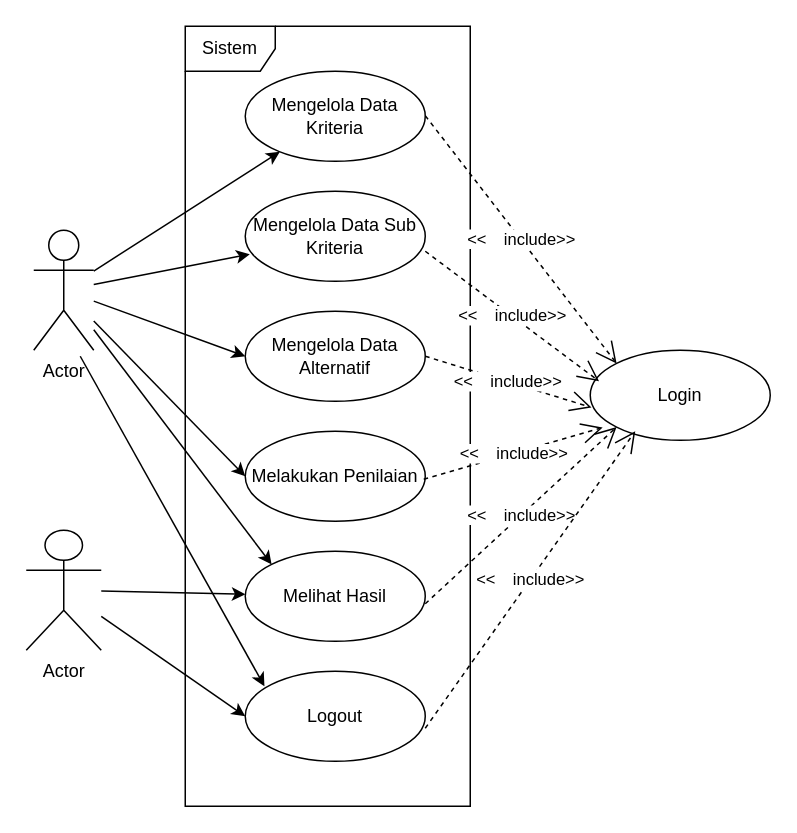
This is page "USE CASE" (1 of 11) of Topsis.drawio from ArtEnginer/UML-DIAGRAM, a draw.io file, before an edit. Source tidied: cells renumbered, new cells numbered last; positions are measured from the earlier drawing's top-left corner, leaving out a move shared by most shapes. Both pictures are drawn from the tidied source at 150%, with x=0, y=0 at pixel (26, 26).
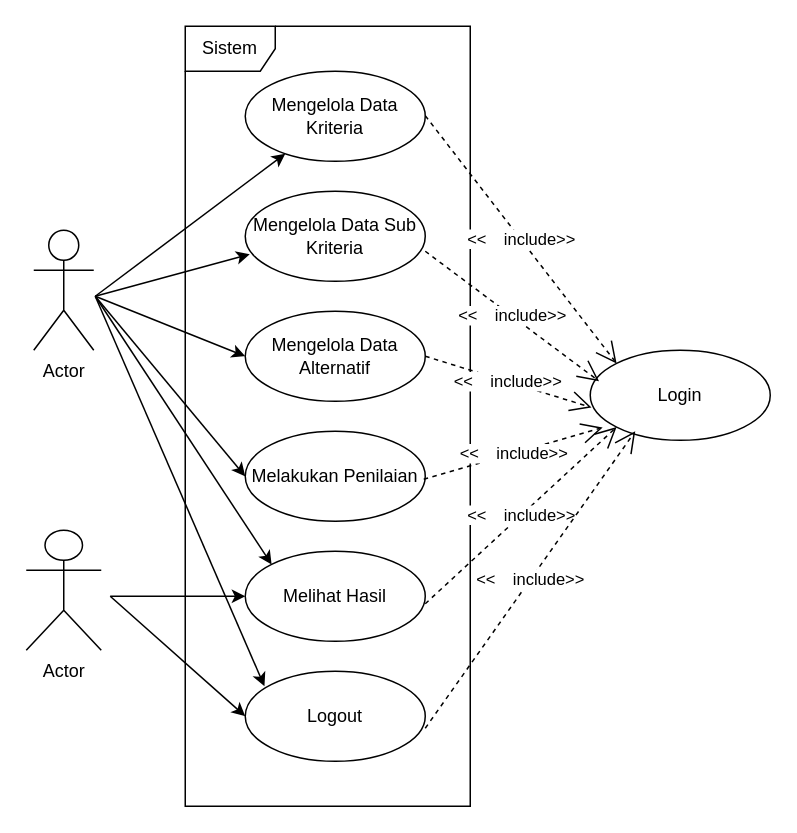
The same diagram, later.

The change refers to these unchanged cells:
```xml
<mxCell id="7" value="Actor" style="shape=umlActor;verticalLabelPosition=bottom;verticalAlign=top;html=1;outlineConnect=0;" parent="1" vertex="1">
  <mxGeometry x="5" y="136" width="40" height="80" as="geometry" />
</mxCell>
<mxCell id="10" value="Actor" style="shape=umlActor;verticalLabelPosition=bottom;verticalAlign=top;html=1;outlineConnect=0;" parent="1" vertex="1">
  <mxGeometry y="336" width="50" height="80" as="geometry" />
</mxCell>
<mxCell id="11" value="Mengelola Data Kriteria" style="ellipse;whiteSpace=wrap;html=1;" parent="1" vertex="1">
  <mxGeometry x="146" y="30" width="120" height="60" as="geometry" />
</mxCell>
<mxCell id="12" value="Mengelola Data Sub Kriteria" style="ellipse;whiteSpace=wrap;html=1;" parent="1" vertex="1">
  <mxGeometry x="146" y="110" width="120" height="60" as="geometry" />
</mxCell>
<mxCell id="13" value="Mengelola Data Alternatif" style="ellipse;whiteSpace=wrap;html=1;" parent="1" vertex="1">
  <mxGeometry x="146" y="190" width="120" height="60" as="geometry" />
</mxCell>
<mxCell id="14" value="Melakukan Penilaian" style="ellipse;whiteSpace=wrap;html=1;" parent="1" vertex="1">
  <mxGeometry x="146" y="270" width="120" height="60" as="geometry" />
</mxCell>
<mxCell id="15" value="Melihat Hasil" style="ellipse;whiteSpace=wrap;html=1;" parent="1" vertex="1">
  <mxGeometry x="146" y="350" width="120" height="60" as="geometry" />
</mxCell>
<mxCell id="17" value="Logout" style="ellipse;whiteSpace=wrap;html=1;" parent="1" vertex="1">
  <mxGeometry x="146" y="430" width="120" height="60" as="geometry" />
</mxCell>
```

The edit, as a diff of the source:
```diff
@@
-    <mxCell id="2" style="edgeStyle=none;rounded=0;jettySize=auto;html=1;" parent="1" edge="1" source="7" target="11">
-      <mxGeometry relative="1" as="geometry" />
+    <mxCell id="2" style="edgeStyle=none;rounded=0;jettySize=auto;html=1;" parent="1" edge="1" target="11">
+      <mxGeometry relative="1" as="geometry">
+        <mxPoint x="46" y="180" as="sourcePoint" />
+      </mxGeometry>
     </mxCell>
-    <mxCell id="3" style="edgeStyle=none;rounded=0;jettySize=auto;html=1;entryX=0;entryY=0.5;entryDx=0;entryDy=0;" parent="1" edge="1" source="7" target="13">
-      <mxGeometry relative="1" as="geometry" />
+    <mxCell id="3" style="edgeStyle=none;rounded=0;jettySize=auto;html=1;entryX=0;entryY=0.5;entryDx=0;entryDy=0;" parent="1" edge="1" target="13">
+      <mxGeometry relative="1" as="geometry">
+        <mxPoint x="46" y="180" as="sourcePoint" />
+      </mxGeometry>
     </mxCell>
-    <mxCell id="4" style="edgeStyle=none;rounded=0;jettySize=auto;html=1;entryX=0;entryY=0.5;entryDx=0;entryDy=0;" parent="1" edge="1" source="7" target="14">
-      <mxGeometry relative="1" as="geometry" />
+    <mxCell id="4" style="edgeStyle=none;rounded=0;jettySize=auto;html=1;entryX=0;entryY=0.5;entryDx=0;entryDy=0;" parent="1" edge="1" target="14">
+      <mxGeometry relative="1" as="geometry">
+        <mxPoint x="46" y="180" as="sourcePoint" />
+      </mxGeometry>
     </mxCell>
-    <mxCell id="5" style="edgeStyle=none;rounded=0;jettySize=auto;html=1;entryX=0;entryY=0;entryDx=0;entryDy=0;" parent="1" edge="1" source="7" target="15">
-      <mxGeometry relative="1" as="geometry" />
+    <mxCell id="5" style="edgeStyle=none;rounded=0;jettySize=auto;html=1;entryX=0;entryY=0;entryDx=0;entryDy=0;" parent="1" edge="1" target="15">
+      <mxGeometry relative="1" as="geometry">
+        <mxPoint x="46" y="180" as="sourcePoint" />
+      </mxGeometry>
     </mxCell>
     <mxCell id="6" style="edgeStyle=none;rounded=0;orthogonalLoop=1;jettySize=auto;html=1;" parent="1" edge="1">
       <mxGeometry relative="1" as="geometry">
-        <mxPoint x="36" y="220" as="sourcePoint" />
+        <mxPoint x="46" y="180" as="sourcePoint" />
         <mxPoint x="158.8" y="440" as="targetPoint" />
       </mxGeometry>
     </mxCell>
@@
-    <mxCell id="8" style="edgeStyle=none;rounded=0;jettySize=auto;html=1;" parent="1" edge="1" source="10" target="15">
-      <mxGeometry relative="1" as="geometry" />
+    <mxCell id="8" style="edgeStyle=none;rounded=0;jettySize=auto;html=1;" parent="1" edge="1" target="15">
+      <mxGeometry relative="1" as="geometry">
+        <mxPoint x="56" y="380" as="sourcePoint" />
+      </mxGeometry>
     </mxCell>
-    <mxCell id="9" style="edgeStyle=none;rounded=0;jettySize=auto;html=1;entryX=0;entryY=0.5;entryDx=0;entryDy=0;" parent="1" edge="1" source="10" target="17">
-      <mxGeometry relative="1" as="geometry" />
+    <mxCell id="9" style="edgeStyle=none;rounded=0;jettySize=auto;html=1;entryX=0;entryY=0.5;entryDx=0;entryDy=0;" parent="1" edge="1" target="17">
+      <mxGeometry relative="1" as="geometry">
+        <mxPoint x="56" y="380" as="sourcePoint" />
+      </mxGeometry>
     </mxCell>
@@
-    <mxCell id="16" style="edgeStyle=none;rounded=0;jettySize=auto;html=1;entryX=0.025;entryY=0.7;entryDx=0;entryDy=0;entryPerimeter=0;" parent="1" edge="1" source="7" target="12">
-      <mxGeometry relative="1" as="geometry" />
+    <mxCell id="16" style="edgeStyle=none;rounded=0;jettySize=auto;html=1;entryX=0.025;entryY=0.7;entryDx=0;entryDy=0;entryPerimeter=0;" parent="1" edge="1" target="12">
+      <mxGeometry relative="1" as="geometry">
+        <mxPoint x="46" y="180" as="sourcePoint" />
+      </mxGeometry>
     </mxCell>
```
